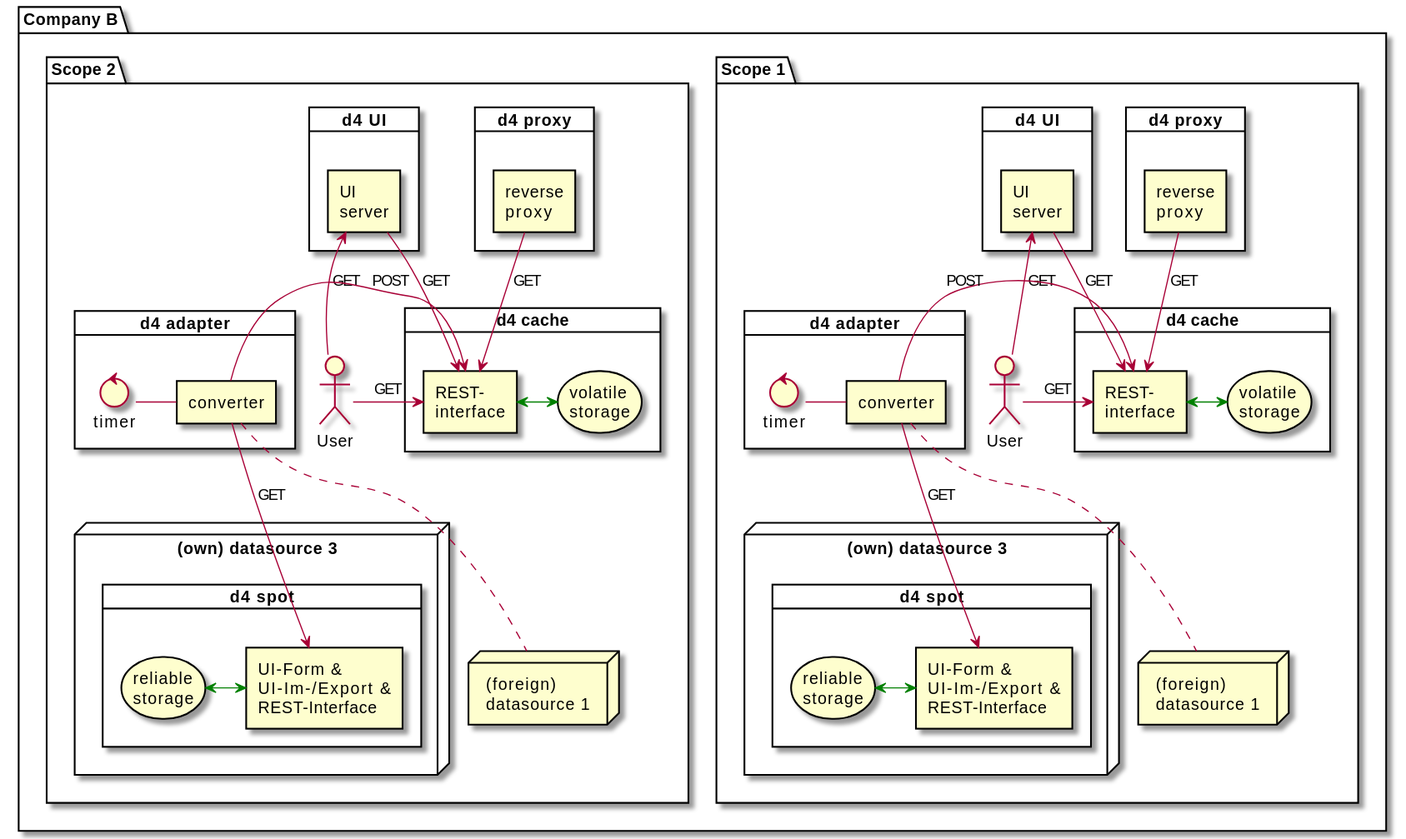
smart-energy-di/d4 keeps this PlantUML diagram as docs/deployment/plantuml/pictures/compay_b.svg. Above is the earlier version.
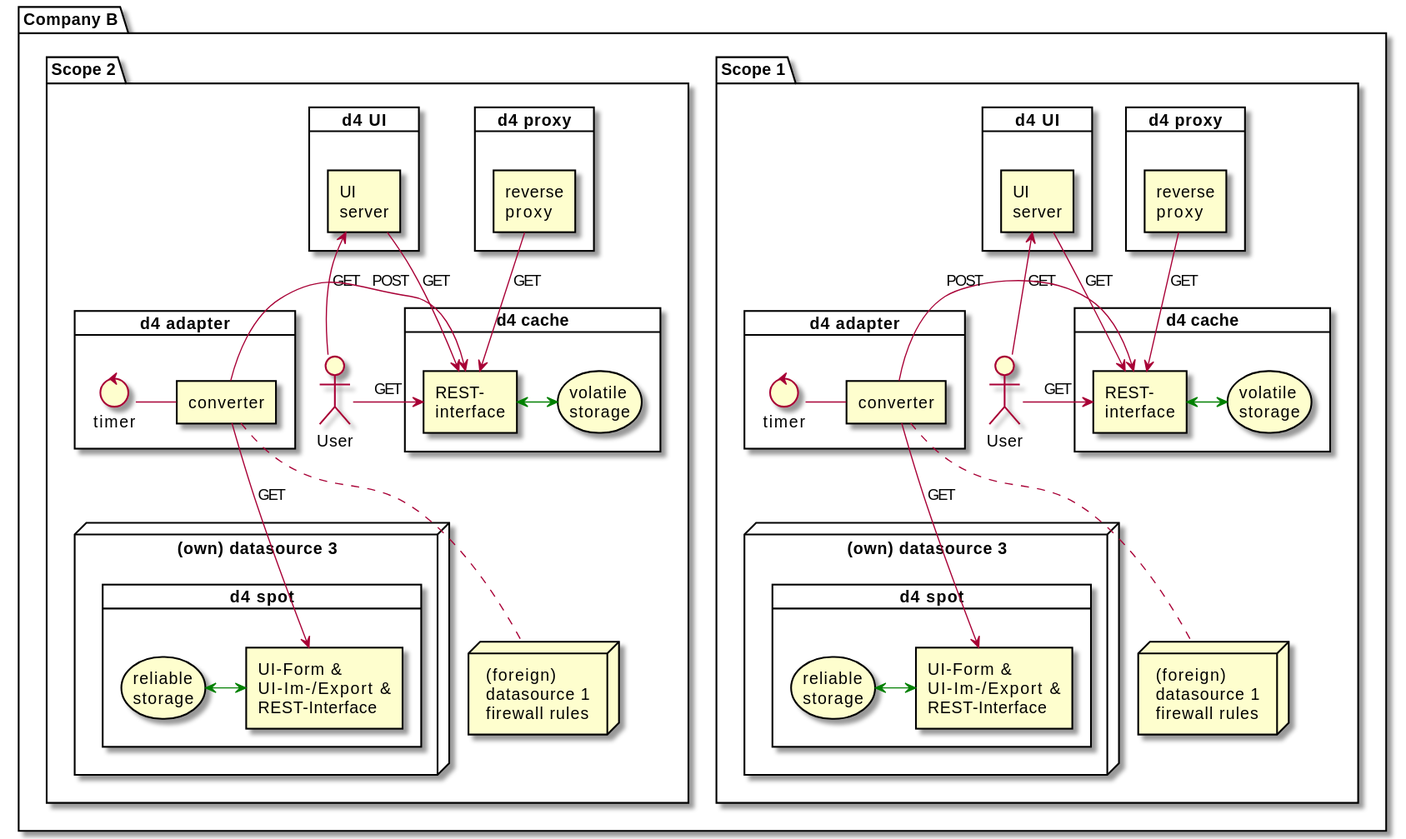
The same file after the commit.

Diff of the diagram source:
```diff
@@ -2,8 +2,8 @@
 !include include/d4_inc_scope.puml
 
 package cb as "Company B" {
-    $d4scope(cb, scp1, "Scope 1", $show_ds1=true, $show_ds2=false, $show_ds3=true, $show_rproxy=true, $show_cache=true, $show_ui=true, $show_adpt=true)
-    $d4scope(cb, scp2, "Scope 2", $show_ds1=true, $show_ds2=false, $show_ds3=true, $show_rproxy=true, $show_cache=true, $show_ui=true, $show_adpt=true)
+    $d4scope(cb, scp1, "Scope 1", $show_ds1=true, $show_ds2=false, $show_ds3=true, $show_ds4=false, $show_rproxy=true, $show_cache=true, $show_ui=true, $show_adpt=true)
+    $d4scope(cb, scp2, "Scope 2", $show_ds1=true, $show_ds2=false, $show_ds3=true, $show_ds4=false, $show_rproxy=true, $show_cache=true, $show_ui=true, $show_adpt=true)
 }
 
 @enduml
```
